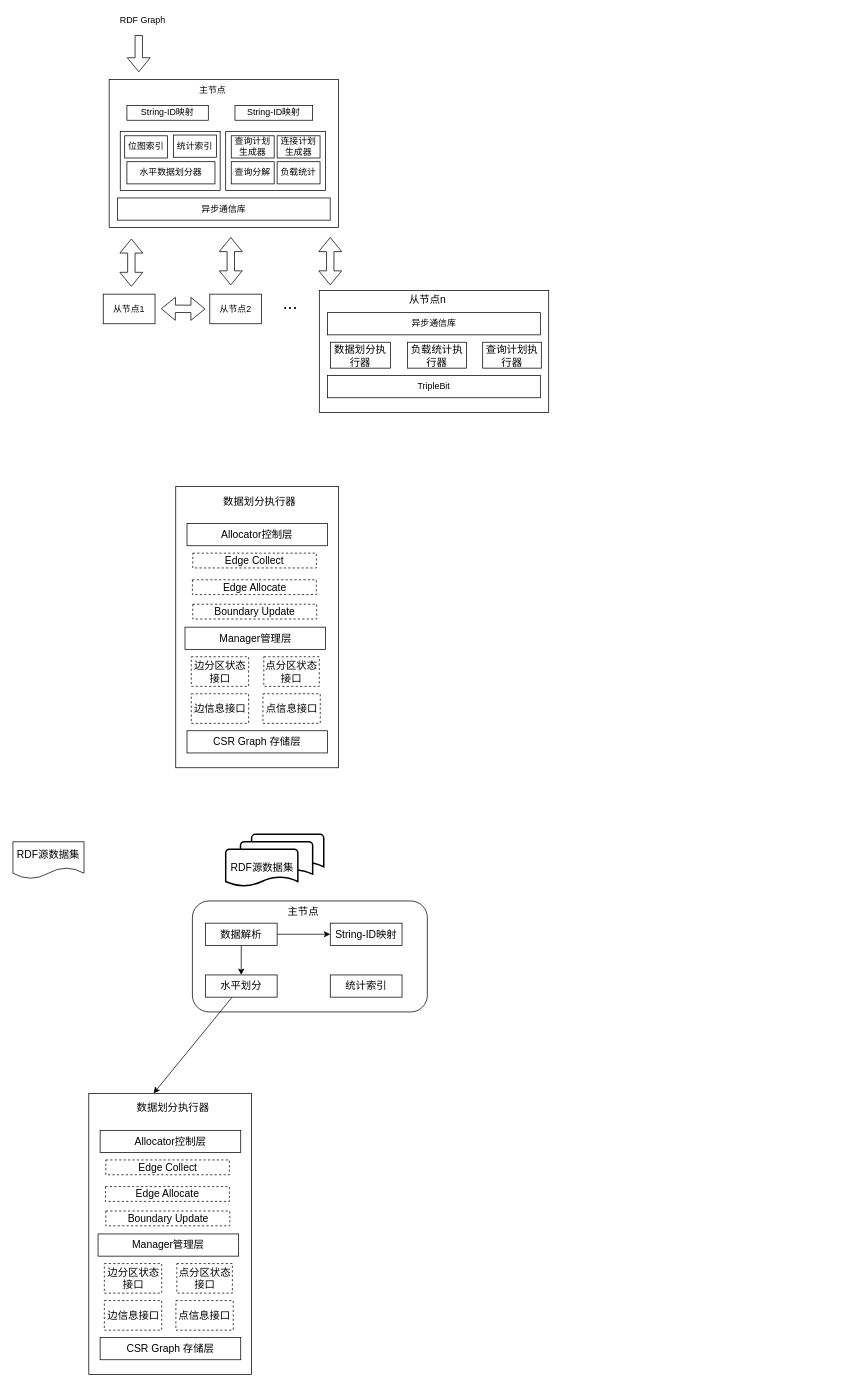
The draw.io diagram Untitled Diagram.drawio in ductina/233, before the edit. Source tidied: cells renumbered, new cells numbered last; positions are measured from the earlier drawing's top-left corner, leaving out a move shared by most shapes. Both pictures are drawn from the tidied source at 74%, with x=0, y=0 at pixel (13, 13).
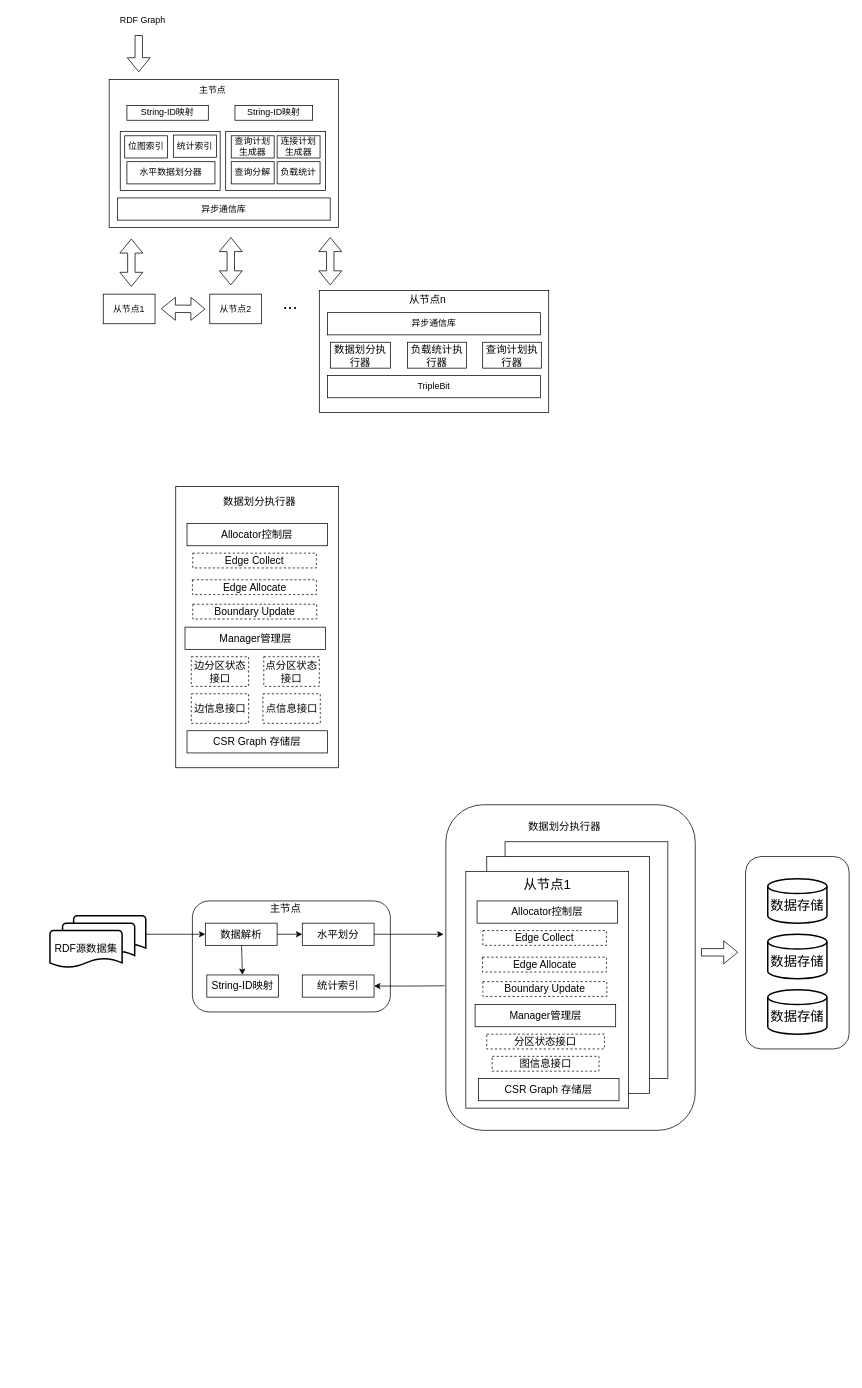
Above is the later version.

The change refers to these unchanged cells:
```xml
<mxCell id="52" value="数据解析" style="rounded=0;whiteSpace=wrap;html=1;fontSize=14;" parent="1" vertex="1">
  <mxGeometry x="260" y="1230" width="97" height="30" as="geometry" />
</mxCell>
```

Change to the diagram source:
```diff
@@
+    <mxCell id="69" style="rounded=1;whiteSpace=wrap;html=1;fontSize=18;" parent="1" vertex="1">
+      <mxGeometry x="585" y="1070" width="337" height="440" as="geometry" />
+    </mxCell>
+    <mxCell id="70" style="rounded=0;whiteSpace=wrap;html=1;fontSize=14;" parent="1" vertex="1">
+      <mxGeometry x="665" y="1120" width="220" height="320" as="geometry" />
+    </mxCell>
+    <mxCell id="71" style="rounded=0;whiteSpace=wrap;html=1;fontSize=14;" parent="1" vertex="1">
+      <mxGeometry x="640.3" y="1140" width="220" height="320" as="geometry" />
+    </mxCell>
+    <mxCell id="72" style="rounded=1;whiteSpace=wrap;html=1;fontSize=18;" parent="1" vertex="1">
+      <mxGeometry x="990" y="1140" width="140" height="260" as="geometry" />
+    </mxCell>
@@
-    <mxCell id="44" value="RDF源数据集" style="shape=document;whiteSpace=wrap;html=1;boundedLbl=1;fontSize=14;" parent="1" vertex="1">
-      <mxGeometry y="1120" width="96" height="50" as="geometry" />
-    </mxCell>
     <mxCell id="45" style="strokeWidth=2;html=1;shape=mxgraph.flowchart.document2;whiteSpace=wrap;size=0.25;fontSize=14;" parent="1" vertex="1">
-      <mxGeometry x="322.5" y="1110" width="97.5" height="50" as="geometry" />
+      <mxGeometry x="82" y="1220" width="97.5" height="50" as="geometry" />
     </mxCell>
     <mxCell id="46" style="strokeWidth=2;html=1;shape=mxgraph.flowchart.document2;whiteSpace=wrap;size=0.25;fontSize=14;" parent="1" vertex="1">
-      <mxGeometry x="307.5" y="1120" width="97.5" height="50" as="geometry" />
+      <mxGeometry x="67" y="1230" width="97.5" height="50" as="geometry" />
     </mxCell>
     <mxCell id="47" value="RDF源数据集" style="strokeWidth=2;html=1;shape=mxgraph.flowchart.document2;whiteSpace=wrap;size=0.25;fontSize=14;" parent="1" vertex="1">
-      <mxGeometry x="287.5" y="1130" width="97.5" height="50" as="geometry" />
+      <mxGeometry x="50" y="1240" width="97.5" height="50" as="geometry" />
     </mxCell>
     <mxCell id="48" style="rounded=1;whiteSpace=wrap;html=1;fontSize=14;" parent="1" vertex="1">
-      <mxGeometry x="242.5" y="1200" width="317.5" height="150" as="geometry" />
+      <mxGeometry x="242.5" y="1200" width="267.5" height="150" as="geometry" />
     </mxCell>
     <mxCell id="49" value="主节点" style="text;html=1;align=center;verticalAlign=middle;strokeColor=none;fillColor=none;fontSize=14;" parent="1" vertex="1">
-      <mxGeometry x="357" y="1205" width="70" height="20" as="geometry" />
+      <mxGeometry x="333" y="1200" width="70" height="20" as="geometry" />
     </mxCell>
+    <mxCell id="51" style="edgeStyle=none;rounded=0;jettySize=auto;html=1;fontSize=36;startArrow=none;startFill=0;endArrow=classic;endFill=1;" parent="1" edge="1" source="52" target="55">
+      <mxGeometry relative="1" as="geometry" />
+    </mxCell>
-    <mxCell id="50" style="edgeStyle=orthogonalEdgeStyle;rounded=0;jettySize=auto;html=1;entryX=0.5;entryY=0;entryDx=0;entryDy=0;fontSize=14;" parent="1" edge="1" source="52" target="54">
+    <mxCell id="50" style="edgeStyle=none;rounded=0;jettySize=auto;html=1;entryX=0;entryY=0.5;entryDx=0;entryDy=0;fontSize=36;startArrow=none;startFill=0;endArrow=classic;endFill=1;" parent="1" edge="1" source="52" target="54">
       <mxGeometry relative="1" as="geometry" />
     </mxCell>
-    <mxCell id="51" style="edgeStyle=orthogonalEdgeStyle;rounded=0;jettySize=auto;html=1;entryX=0;entryY=0.5;entryDx=0;entryDy=0;fontSize=14;" parent="1" edge="1" source="52" target="55">
-      <mxGeometry relative="1" as="geometry" />
-    </mxCell>
@@
-    <mxCell id="53" style="rounded=0;jettySize=auto;html=1;entryX=0.398;entryY=0;entryDx=0;entryDy=0;entryPerimeter=0;fontSize=14;" parent="1" edge="1" source="54" target="57">
-      <mxGeometry relative="1" as="geometry" />
-    </mxCell>
+    <mxCell id="73" style="edgeStyle=none;rounded=0;jettySize=auto;html=1;fontSize=36;startArrow=none;startFill=0;endArrow=classic;endFill=1;exitX=1;exitY=0.5;exitDx=0;exitDy=0;" parent="1" edge="1" source="54">
+      <mxGeometry relative="1" as="geometry">
+        <mxPoint x="582" y="1245" as="targetPoint" />
+      </mxGeometry>
+    </mxCell>
     <mxCell id="54" value="水平划分" style="rounded=0;whiteSpace=wrap;html=1;fontSize=14;" parent="1" vertex="1">
-      <mxGeometry x="260" y="1300" width="97" height="30" as="geometry" />
+      <mxGeometry x="391" y="1230" width="97" height="30" as="geometry" />
     </mxCell>
     <mxCell id="55" value="String-ID映射" style="rounded=0;whiteSpace=wrap;html=1;fontSize=14;" parent="1" vertex="1">
-      <mxGeometry x="428.8" y="1230" width="97" height="30" as="geometry" />
+      <mxGeometry x="262" y="1300" width="97" height="30" as="geometry" />
     </mxCell>
+    <mxCell id="74" style="edgeStyle=orthogonalEdgeStyle;rounded=0;jettySize=auto;html=1;entryX=-0.005;entryY=0.556;entryDx=0;entryDy=0;entryPerimeter=0;fontSize=18;startArrow=classic;startFill=1;endArrow=none;endFill=0;" parent="1" edge="1" source="56" target="69">
+      <mxGeometry relative="1" as="geometry" />
+    </mxCell>
     <mxCell id="56" value="统计索引" style="rounded=0;whiteSpace=wrap;html=1;fontSize=14;" parent="1" vertex="1">
-      <mxGeometry x="428.8" y="1300" width="97" height="30" as="geometry" />
+      <mxGeometry x="391" y="1300" width="97" height="30" as="geometry" />
     </mxCell>
     <mxCell id="57" style="rounded=0;whiteSpace=wrap;html=1;fontSize=14;" parent="1" vertex="1">
-      <mxGeometry x="102.5" y="1460" width="220" height="380" as="geometry" />
+      <mxGeometry x="612" y="1160" width="220" height="320" as="geometry" />
     </mxCell>
     <mxCell id="58" value="数据划分执行器" style="text;html=1;align=center;verticalAlign=middle;strokeColor=none;fillColor=none;fontSize=14;" parent="1" vertex="1">
-      <mxGeometry x="145.5" y="1470" width="140" height="20" as="geometry" />
+      <mxGeometry x="674.5" y="1090" width="140" height="20" as="geometry" />
     </mxCell>
     <mxCell id="59" value="Allocator控制层" style="rounded=0;whiteSpace=wrap;html=1;fontSize=14;" parent="1" vertex="1">
-      <mxGeometry x="117.8" y="1510" width="190" height="30" as="geometry" />
+      <mxGeometry x="627.2" y="1200" width="190" height="30" as="geometry" />
     </mxCell>
     <mxCell id="60" value="Manager管理层" style="rounded=0;whiteSpace=wrap;html=1;fontSize=14;" parent="1" vertex="1">
-      <mxGeometry x="115" y="1650" width="190" height="30" as="geometry" />
+      <mxGeometry x="624.5" y="1340" width="190" height="30" as="geometry" />
     </mxCell>
     <mxCell id="61" value="CSR Graph 存储层" style="rounded=0;whiteSpace=wrap;html=1;fontSize=14;" parent="1" vertex="1">
-      <mxGeometry x="117.8" y="1790" width="190" height="30" as="geometry" />
+      <mxGeometry x="629" y="1440" width="190" height="30" as="geometry" />
     </mxCell>
-    <mxCell id="62" value="边分区状态接口" style="rounded=0;whiteSpace=wrap;html=1;fontSize=14;dashed=1;" parent="1" vertex="1">
-      <mxGeometry x="123.5" y="1690" width="77.5" height="40" as="geometry" />
+    <mxCell id="62" value="分区状态接口" style="rounded=0;whiteSpace=wrap;html=1;fontSize=14;dashed=1;" parent="1" vertex="1">
+      <mxGeometry x="640.3" y="1380" width="159" height="20" as="geometry" />
     </mxCell>
-    <mxCell id="63" value="点分区状态接口" style="rounded=0;whiteSpace=wrap;html=1;fontSize=14;dashed=1;" parent="1" vertex="1">
-      <mxGeometry x="221.5" y="1690" width="75" height="40" as="geometry" />
+    <mxCell id="63" value="图信息接口" style="rounded=0;whiteSpace=wrap;html=1;fontSize=14;dashed=1;" parent="1" vertex="1">
+      <mxGeometry x="647.6" y="1410" width="144.4" height="20" as="geometry" />
     </mxCell>
-    <mxCell id="64" value="边信息接口" style="rounded=0;whiteSpace=wrap;html=1;fontSize=14;dashed=1;" parent="1" vertex="1">
-      <mxGeometry x="123.5" y="1740" width="77.5" height="40" as="geometry" />
-    </mxCell>
-    <mxCell id="65" value="点信息接口" style="rounded=0;whiteSpace=wrap;html=1;fontSize=14;dashed=1;" parent="1" vertex="1">
-      <mxGeometry x="220.2" y="1740" width="77.5" height="40" as="geometry" />
-    </mxCell>
     <mxCell id="66" value="Edge Collect" style="rounded=0;whiteSpace=wrap;html=1;fontSize=14;dashed=1;" parent="1" vertex="1">
-      <mxGeometry x="125.5" y="1550" width="167" height="20" as="geometry" />
+      <mxGeometry x="635" y="1240" width="167" height="20" as="geometry" />
     </mxCell>
     <mxCell id="67" value="Edge Allocate" style="rounded=0;whiteSpace=wrap;html=1;fontSize=14;dashed=1;" parent="1" vertex="1">
-      <mxGeometry x="125" y="1586" width="167.5" height="20" as="geometry" />
+      <mxGeometry x="634.5" y="1276" width="167.5" height="20" as="geometry" />
     </mxCell>
     <mxCell id="68" value="Boundary Update" style="rounded=0;whiteSpace=wrap;html=1;fontSize=14;dashed=1;" parent="1" vertex="1">
-      <mxGeometry x="125.5" y="1619" width="167.5" height="20" as="geometry" />
+      <mxGeometry x="635" y="1309" width="167.5" height="20" as="geometry" />
     </mxCell>
+    <mxCell id="75" style="rounded=0;jettySize=auto;html=1;fontSize=36;startArrow=none;startFill=0;endArrow=classic;endFill=1;" parent="1" edge="1" source="45" target="52">
+      <mxGeometry relative="1" as="geometry" />
+    </mxCell>
+    <mxCell id="76" value="&lt;font style=&quot;font-size: 18px&quot;&gt;数据存储&lt;/font&gt;" style="strokeWidth=2;html=1;shape=mxgraph.flowchart.database;whiteSpace=wrap;fontSize=36;" parent="1" vertex="1">
+      <mxGeometry x="1020" y="1170" width="80" height="60" as="geometry" />
+    </mxCell>
+    <mxCell id="77" value="&lt;font style=&quot;font-size: 18px&quot;&gt;数据存储&lt;/font&gt;" style="strokeWidth=2;html=1;shape=mxgraph.flowchart.database;whiteSpace=wrap;fontSize=36;" parent="1" vertex="1">
+      <mxGeometry x="1020" y="1245" width="80" height="60" as="geometry" />
+    </mxCell>
+    <mxCell id="78" style="shape=flexArrow;endArrow=classic;html=1;rounded=0;fontSize=18;" parent="1" edge="1">
+      <mxGeometry relative="1" as="geometry">
+        <mxPoint x="930" y="1269.4" as="sourcePoint" />
+        <mxPoint x="980" y="1269.4" as="targetPoint" />
+      </mxGeometry>
+    </mxCell>
+    <mxCell id="79" value="从节点1" style="text;html=1;align=center;verticalAlign=middle;strokeColor=none;fillColor=none;fontSize=18;" parent="1" vertex="1">
+      <mxGeometry x="681.5" y="1164" width="80" height="30" as="geometry" />
+    </mxCell>
+    <mxCell id="80" value="&lt;font style=&quot;font-size: 18px&quot;&gt;数据存储&lt;/font&gt;" style="strokeWidth=2;html=1;shape=mxgraph.flowchart.database;whiteSpace=wrap;fontSize=36;" parent="1" vertex="1">
+      <mxGeometry x="1020" y="1320" width="80" height="60" as="geometry" />
+    </mxCell>
```
